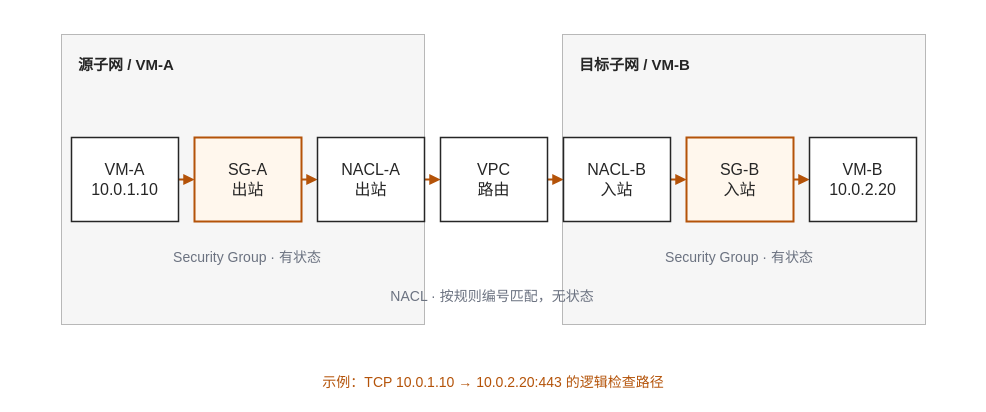
cafebeef1/cafebeef1.github.io keeps this draw.io diagram as diagrams/security-checkpoints.drawio. Above is the earlier version. Source tidied: cells renumbered, new cells numbered last; positions are measured from the earlier drawing's top-left corner, leaving out a move shared by most shapes. Both pictures are drawn from the tidied source at 100%, with x=0, y=0 at pixel (17, 34).
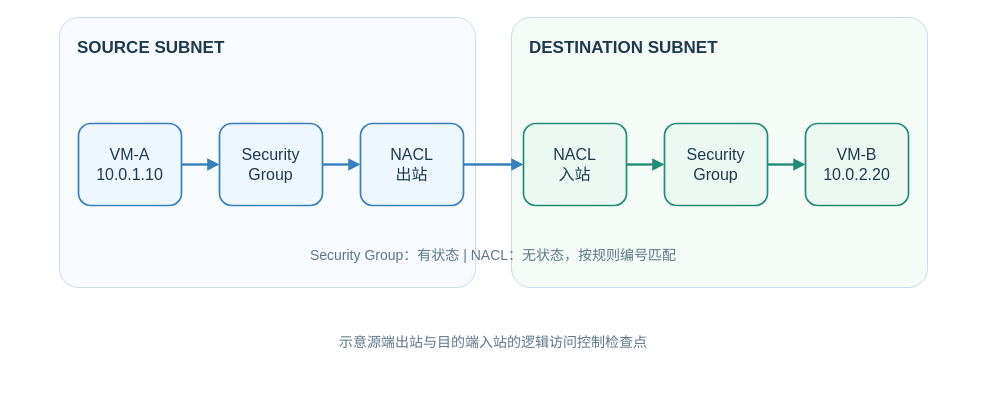
Above is the later version.

The edit, as a diff of the source:
```diff
@@
-    <mxCell id="2" value="源子网 / VM-A" style="rounded=0;whiteSpace=wrap;html=0;fillColor=#f6f6f6;strokeColor=#b8b8b8;strokeWidth=1;align=left;verticalAlign=top;spacingTop=15;spacingLeft=15;fontStyle=1;fontSize=15;fontColor=#262626;" parent="1" vertex="1">
-      <mxGeometry x="44" width="363" height="290" as="geometry" />
+    <mxCell id="2" value="SOURCE SUBNET" style="rounded=1;arcSize=7;whiteSpace=wrap;fillColor=#f7fbff;strokeColor=#c9dce8;fontSize=17;fontStyle=1;fontColor=#20394c;verticalAlign=top;align=left;spacingTop=14;spacingLeft=16;strokeWidth=1;" parent="1" vertex="1">
+      <mxGeometry x="42" y="-17" width="416" height="270" as="geometry" />
     </mxCell>
-    <mxCell id="3" value="目标子网 / VM-B" style="rounded=0;whiteSpace=wrap;html=0;fillColor=#f6f6f6;strokeColor=#b8b8b8;strokeWidth=1;align=left;verticalAlign=top;spacingTop=15;spacingLeft=15;fontStyle=1;fontSize=15;fontColor=#262626;" parent="1" vertex="1">
-      <mxGeometry x="545" width="363" height="290" as="geometry" />
+    <mxCell id="3" value="DESTINATION SUBNET" style="rounded=1;arcSize=7;whiteSpace=wrap;fillColor=#f5fcf8;strokeColor=#c9dce8;fontSize=17;fontStyle=1;fontColor=#20394c;verticalAlign=top;align=left;spacingTop=14;spacingLeft=16;strokeWidth=1;" parent="1" vertex="1">
+      <mxGeometry x="494" y="-17" width="416" height="270" as="geometry" />
     </mxCell>
-    <mxCell id="4" style="edgeStyle=none;html=0;rounded=0;strokeColor=#b45309;strokeWidth=2;endArrow=block;endFill=1;" parent="1" edge="1">
+    <mxCell id="4" style="edgeStyle=none;rounded=1;html=0;strokeColor=#377fbd;strokeWidth=2.4;endArrow=block;endFill=1;" parent="1" edge="1">
       <mxGeometry relative="1" as="geometry">
-        <mxPoint x="161" y="145" as="sourcePoint" />
-        <mxPoint x="177" y="145" as="targetPoint" />
+        <mxPoint x="164" y="130" as="sourcePoint" />
+        <mxPoint x="202" y="130" as="targetPoint" />
       </mxGeometry>
     </mxCell>
-    <mxCell id="5" style="edgeStyle=none;html=0;rounded=0;strokeColor=#b45309;strokeWidth=2;endArrow=block;endFill=1;" parent="1" edge="1">
+    <mxCell id="5" style="edgeStyle=none;rounded=1;html=0;strokeColor=#377fbd;strokeWidth=2.4;endArrow=block;endFill=1;" parent="1" edge="1">
       <mxGeometry relative="1" as="geometry">
-        <mxPoint x="284" y="145" as="sourcePoint" />
-        <mxPoint x="300" y="145" as="targetPoint" />
+        <mxPoint x="305" y="130" as="sourcePoint" />
+        <mxPoint x="343" y="130" as="targetPoint" />
       </mxGeometry>
     </mxCell>
-    <mxCell id="6" style="edgeStyle=none;html=0;rounded=0;strokeColor=#b45309;strokeWidth=2;endArrow=block;endFill=1;" parent="1" edge="1">
+    <mxCell id="6" style="edgeStyle=none;rounded=1;html=0;strokeColor=#377fbd;strokeWidth=2.4;endArrow=block;endFill=1;" parent="1" edge="1">
       <mxGeometry relative="1" as="geometry">
-        <mxPoint x="407" y="145" as="sourcePoint" />
-        <mxPoint x="423" y="145" as="targetPoint" />
+        <mxPoint x="446" y="130" as="sourcePoint" />
+        <mxPoint x="506" y="130" as="targetPoint" />
       </mxGeometry>
     </mxCell>
-    <mxCell id="7" style="edgeStyle=none;html=0;rounded=0;strokeColor=#b45309;strokeWidth=2;endArrow=block;endFill=1;" parent="1" edge="1">
+    <mxCell id="7" style="edgeStyle=none;rounded=1;html=0;strokeColor=#218c74;strokeWidth=2.4;endArrow=block;endFill=1;" parent="1" edge="1">
       <mxGeometry relative="1" as="geometry">
-        <mxPoint x="530" y="145" as="sourcePoint" />
-        <mxPoint x="546" y="145" as="targetPoint" />
+        <mxPoint x="609" y="130" as="sourcePoint" />
+        <mxPoint x="647" y="130" as="targetPoint" />
       </mxGeometry>
     </mxCell>
-    <mxCell id="8" style="edgeStyle=none;html=0;rounded=0;strokeColor=#b45309;strokeWidth=2;endArrow=block;endFill=1;" parent="1" edge="1">
+    <mxCell id="8" style="edgeStyle=none;rounded=1;html=0;strokeColor=#218c74;strokeWidth=2.4;endArrow=block;endFill=1;" parent="1" edge="1">
       <mxGeometry relative="1" as="geometry">
-        <mxPoint x="653" y="145" as="sourcePoint" />
-        <mxPoint x="669" y="145" as="targetPoint" />
+        <mxPoint x="750" y="130" as="sourcePoint" />
+        <mxPoint x="788" y="130" as="targetPoint" />
       </mxGeometry>
     </mxCell>
-    <mxCell id="9" style="edgeStyle=none;html=0;rounded=0;strokeColor=#b45309;strokeWidth=2;endArrow=block;endFill=1;" parent="1" edge="1">
-      <mxGeometry relative="1" as="geometry">
-        <mxPoint x="776" y="145" as="sourcePoint" />
-        <mxPoint x="792" y="145" as="targetPoint" />
-      </mxGeometry>
+    <mxCell id="9" value="VM-A&#10;10.0.1.10" style="rounded=1;arcSize=15;whiteSpace=wrap;html=0;fillColor=#eef6ff;strokeColor=#377fbd;strokeWidth=1.7;fontSize=16;fontColor=#20394c;align=center;verticalAlign=middle;spacing=5;" parent="1" vertex="1">
+      <mxGeometry x="61" y="89" width="103" height="82" as="geometry" />
     </mxCell>
-    <mxCell id="10" value="VM-A&#10;10.0.1.10" style="rounded=0;whiteSpace=wrap;html=0;fillColor=#fff;strokeColor=#262626;strokeWidth=1.5;fontSize=16;fontColor=#262626;align=center;verticalAlign=middle;spacing=5;" parent="1" vertex="1">
-      <mxGeometry x="54" y="103" width="107" height="84" as="geometry" />
+    <mxCell id="10" value="Security&#10;Group" style="rounded=1;arcSize=15;whiteSpace=wrap;html=0;fillColor=#eef6ff;strokeColor=#377fbd;strokeWidth=1.7;fontSize=16;fontColor=#20394c;align=center;verticalAlign=middle;spacing=5;" parent="1" vertex="1">
+      <mxGeometry x="202" y="89" width="103" height="82" as="geometry" />
     </mxCell>
-    <mxCell id="11" value="SG-A&#10;出站" style="rounded=0;whiteSpace=wrap;html=0;fillColor=#fff7ed;strokeColor=#b45309;strokeWidth=2;fontSize=16;fontColor=#262626;align=center;verticalAlign=middle;spacing=5;" parent="1" vertex="1">
-      <mxGeometry x="177" y="103" width="107" height="84" as="geometry" />
+    <mxCell id="11" value="NACL&#10;出站" style="rounded=1;arcSize=15;whiteSpace=wrap;html=0;fillColor=#eef6ff;strokeColor=#377fbd;strokeWidth=1.7;fontSize=16;fontColor=#20394c;align=center;verticalAlign=middle;spacing=5;" parent="1" vertex="1">
+      <mxGeometry x="343" y="89" width="103" height="82" as="geometry" />
     </mxCell>
-    <mxCell id="12" value="NACL-A&#10;出站" style="rounded=0;whiteSpace=wrap;html=0;fillColor=#fff;strokeColor=#262626;strokeWidth=1.5;fontSize=16;fontColor=#262626;align=center;verticalAlign=middle;spacing=5;" parent="1" vertex="1">
-      <mxGeometry x="300" y="103" width="107" height="84" as="geometry" />
+    <mxCell id="12" value="NACL&#10;入站" style="rounded=1;arcSize=15;whiteSpace=wrap;html=0;fillColor=#ecf9f3;strokeColor=#218c74;strokeWidth=1.7;fontSize=16;fontColor=#20394c;align=center;verticalAlign=middle;spacing=5;" parent="1" vertex="1">
+      <mxGeometry x="506" y="89" width="103" height="82" as="geometry" />
     </mxCell>
-    <mxCell id="13" value="VPC&#10;路由" style="rounded=0;whiteSpace=wrap;html=0;fillColor=#fff;strokeColor=#262626;strokeWidth=1.5;fontSize=16;fontColor=#262626;align=center;verticalAlign=middle;spacing=5;" parent="1" vertex="1">
-      <mxGeometry x="423" y="103" width="107" height="84" as="geometry" />
+    <mxCell id="13" value="Security&#10;Group" style="rounded=1;arcSize=15;whiteSpace=wrap;html=0;fillColor=#ecf9f3;strokeColor=#218c74;strokeWidth=1.7;fontSize=16;fontColor=#20394c;align=center;verticalAlign=middle;spacing=5;" parent="1" vertex="1">
+      <mxGeometry x="647" y="89" width="103" height="82" as="geometry" />
     </mxCell>
-    <mxCell id="14" value="NACL-B&#10;入站" style="rounded=0;whiteSpace=wrap;html=0;fillColor=#fff;strokeColor=#262626;strokeWidth=1.5;fontSize=16;fontColor=#262626;align=center;verticalAlign=middle;spacing=5;" parent="1" vertex="1">
-      <mxGeometry x="546" y="103" width="107" height="84" as="geometry" />
+    <mxCell id="14" value="VM-B&#10;10.0.2.20" style="rounded=1;arcSize=15;whiteSpace=wrap;html=0;fillColor=#ecf9f3;strokeColor=#218c74;strokeWidth=1.7;fontSize=16;fontColor=#20394c;align=center;verticalAlign=middle;spacing=5;" parent="1" vertex="1">
+      <mxGeometry x="788" y="89" width="103" height="82" as="geometry" />
     </mxCell>
-    <mxCell id="15" value="SG-B&#10;入站" style="rounded=0;whiteSpace=wrap;html=0;fillColor=#fff7ed;strokeColor=#b45309;strokeWidth=2;fontSize=16;fontColor=#262626;align=center;verticalAlign=middle;spacing=5;" parent="1" vertex="1">
-      <mxGeometry x="669" y="103" width="107" height="84" as="geometry" />
+    <mxCell id="15" value="Security Group：有状态    |    NACL：无状态，按规则编号匹配" style="text;html=0;whiteSpace=wrap;fillColor=none;strokeColor=none;fontColor=#5f7687;fontSize=14;align=center;verticalAlign=middle;" parent="1" vertex="1">
+      <mxGeometry x="56" y="207" width="840" height="28" as="geometry" />
     </mxCell>
-    <mxCell id="16" value="VM-B&#10;10.0.2.20" style="rounded=0;whiteSpace=wrap;html=0;fillColor=#fff;strokeColor=#262626;strokeWidth=1.5;fontSize=16;fontColor=#262626;align=center;verticalAlign=middle;spacing=5;" parent="1" vertex="1">
-      <mxGeometry x="792" y="103" width="107" height="84" as="geometry" />
+    <mxCell id="16" value="示意源端出站与目的端入站的逻辑访问控制检查点" style="text;html=0;whiteSpace=wrap;fillColor=none;strokeColor=none;fontColor=#5f7687;fontSize=14;align=center;verticalAlign=middle;" parent="1" vertex="1">
+      <mxGeometry x="56" y="294" width="840" height="28" as="geometry" />
     </mxCell>
-    <mxCell id="17" value="Security Group · 有状态" style="text;html=0;strokeColor=none;fillColor=none;align=center;verticalAlign=middle;fontColor=#6b7280;fontSize=14;" parent="1" vertex="1">
-      <mxGeometry y="208" width="460" height="27" as="geometry" />
-    </mxCell>
-    <mxCell id="18" value="NACL · 按规则编号匹配，无状态" style="text;html=0;strokeColor=none;fillColor=none;align=center;verticalAlign=middle;fontColor=#6b7280;fontSize=14;" parent="1" vertex="1">
-      <mxGeometry x="245" y="247" width="460" height="27" as="geometry" />
-    </mxCell>
-    <mxCell id="19" value="Security Group · 有状态" style="text;html=0;strokeColor=none;fillColor=none;align=center;verticalAlign=middle;fontColor=#6b7280;fontSize=14;" parent="1" vertex="1">
-      <mxGeometry x="492" y="208" width="460" height="27" as="geometry" />
-    </mxCell>
-    <mxCell id="20" value="示例：TCP 10.0.1.10 → 10.0.2.20:443 的逻辑检查路径" style="text;html=0;strokeColor=none;fillColor=none;align=center;verticalAlign=middle;fontColor=#b45309;fontSize=14;" parent="1" vertex="1">
-      <mxGeometry x="246" y="333" width="460" height="27" as="geometry" />
-    </mxCell>
```
